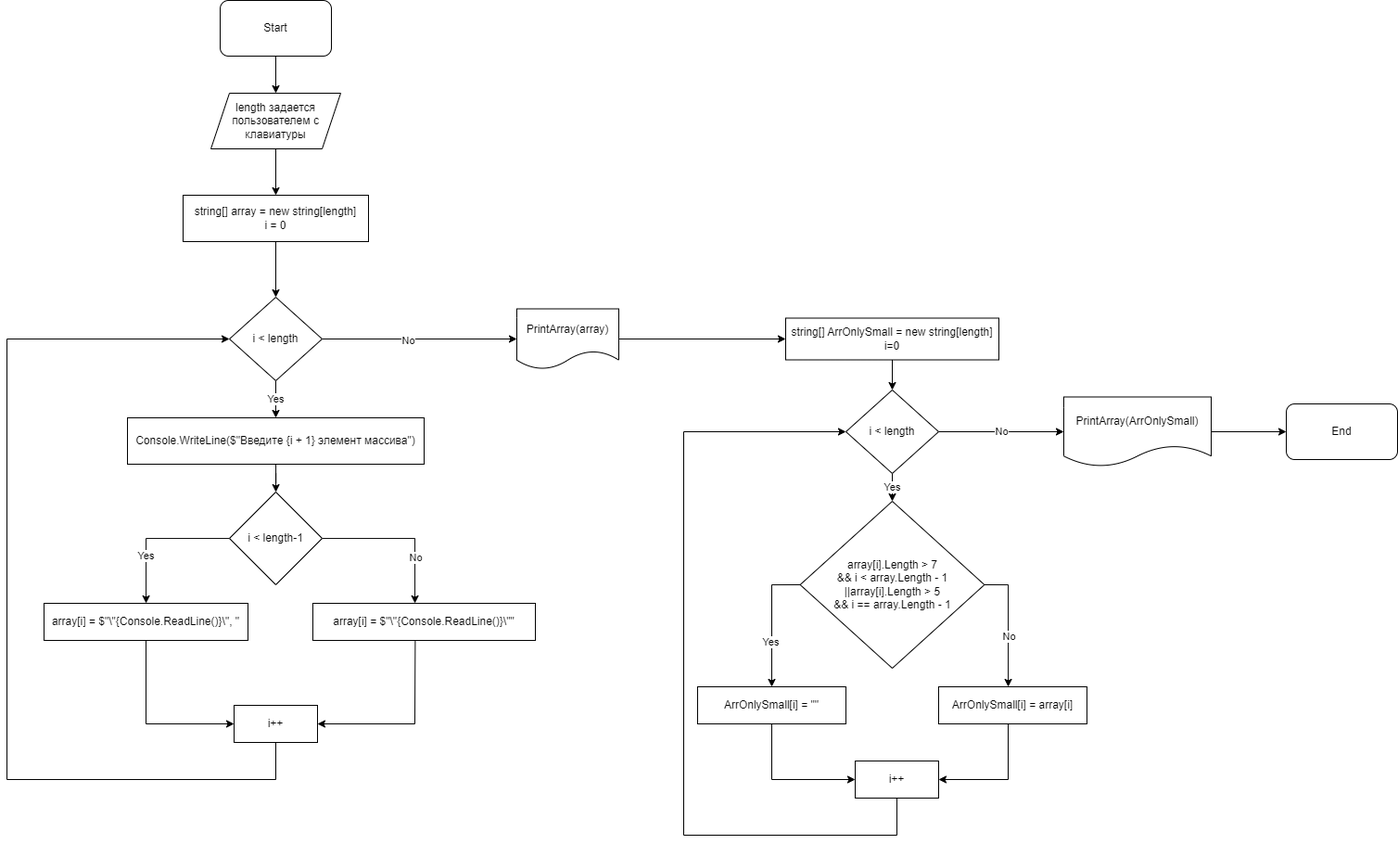
Above: Final_Test_block_scheme.png in Mariamkbk/Final_Test_HW (draw.io), before the change. Source tidied: cells renumbered, new cells last; positions are measured from the earlier drawing's top-left corner, leaving out a move shared by most shapes.
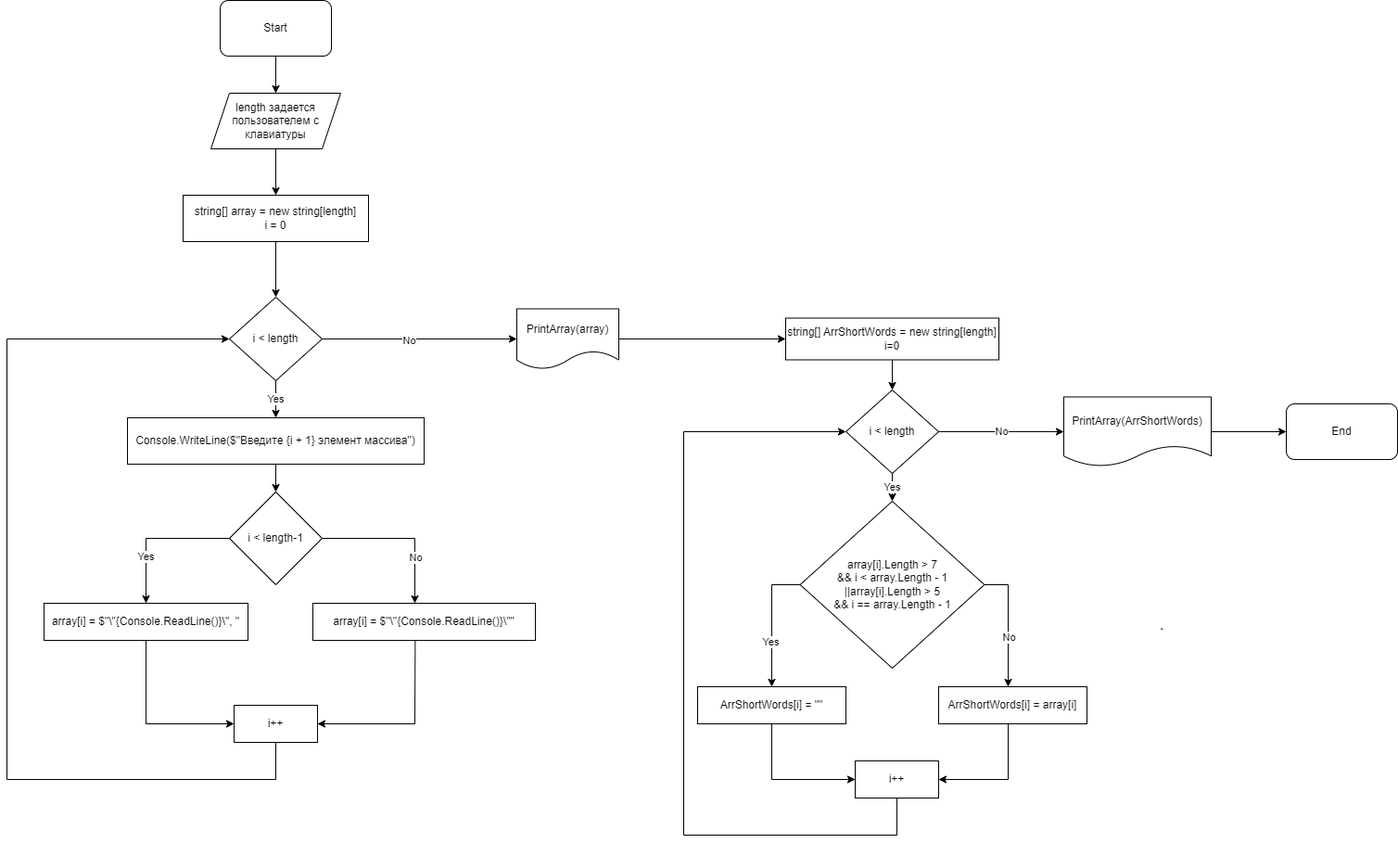
Above is the later version.

Commit message:
final task block scheme fixed

Change to the diagram source:
```diff
@@ -102,7 +102,7 @@
     <mxCell id="26" style="edgeStyle=orthogonalEdgeStyle;rounded=0;jettySize=auto;html=1;" parent="1" edge="1" source="27" target="30">
       <mxGeometry relative="1" as="geometry" />
     </mxCell>
-    <mxCell id="27" value="string[] ArrOnlySmall = new string[length]&lt;br&gt;i=0" style="rounded=0;whiteSpace=wrap;html=1;" parent="1" vertex="1">
+    <mxCell id="27" value="string[] ArrShortWords = new string[length]&lt;br&gt;i=0" style="rounded=0;whiteSpace=wrap;html=1;" parent="1" vertex="1">
       <mxGeometry x="840" y="342.5" width="230" height="45" as="geometry" />
     </mxCell>
     <mxCell id="28" value="Yes" style="edgeStyle=orthogonalEdgeStyle;rounded=0;jettySize=auto;html=1;" parent="1" edge="1" source="30" target="35">
@@ -140,16 +140,16 @@
     <mxCell id="35" value="array[i].Length &amp;gt; 7 &lt;br&gt;&amp;amp;&amp;amp; i &amp;lt; array.Length - 1&lt;br&gt;||array[i].Length &amp;gt; 5 &lt;br&gt;&amp;amp;&amp;amp; i == array.Length - 1" style="rhombus;whiteSpace=wrap;html=1;" parent="1" vertex="1">
       <mxGeometry x="855.6" y="540" width="198.8" height="180" as="geometry" />
     </mxCell>
-    <mxCell id="36" value="ArrOnlySmall[i] = &quot;&quot;" style="rounded=0;whiteSpace=wrap;html=1;" parent="1" vertex="1">
+    <mxCell id="36" value="ArrShortWords[i] = &quot;&quot;" style="rounded=0;whiteSpace=wrap;html=1;" parent="1" vertex="1">
       <mxGeometry x="745" y="740" width="160" height="40" as="geometry" />
     </mxCell>
-    <mxCell id="37" value="ArrOnlySmall[i] = array[i]" style="rounded=0;whiteSpace=wrap;html=1;" parent="1" vertex="1">
+    <mxCell id="37" value="ArrShortWords[i] = array[i]" style="rounded=0;whiteSpace=wrap;html=1;" parent="1" vertex="1">
       <mxGeometry x="1005" y="740" width="160" height="40" as="geometry" />
     </mxCell>
     <mxCell id="38" style="edgeStyle=orthogonalEdgeStyle;rounded=0;jettySize=auto;html=1;" parent="1" edge="1" source="39" target="44">
       <mxGeometry relative="1" as="geometry" />
     </mxCell>
-    <mxCell id="39" value="PrintArray(ArrOnlySmall)" style="shape=document;whiteSpace=wrap;html=1;boundedLbl=1;" parent="1" vertex="1">
+    <mxCell id="39" value="PrintArray(ArrShortWords)" style="shape=document;whiteSpace=wrap;html=1;boundedLbl=1;" parent="1" vertex="1">
       <mxGeometry x="1140" y="427.5" width="159" height="75" as="geometry" />
     </mxCell>
     <mxCell id="40" value="i++" style="rounded=0;whiteSpace=wrap;html=1;" parent="1" vertex="1">
```
